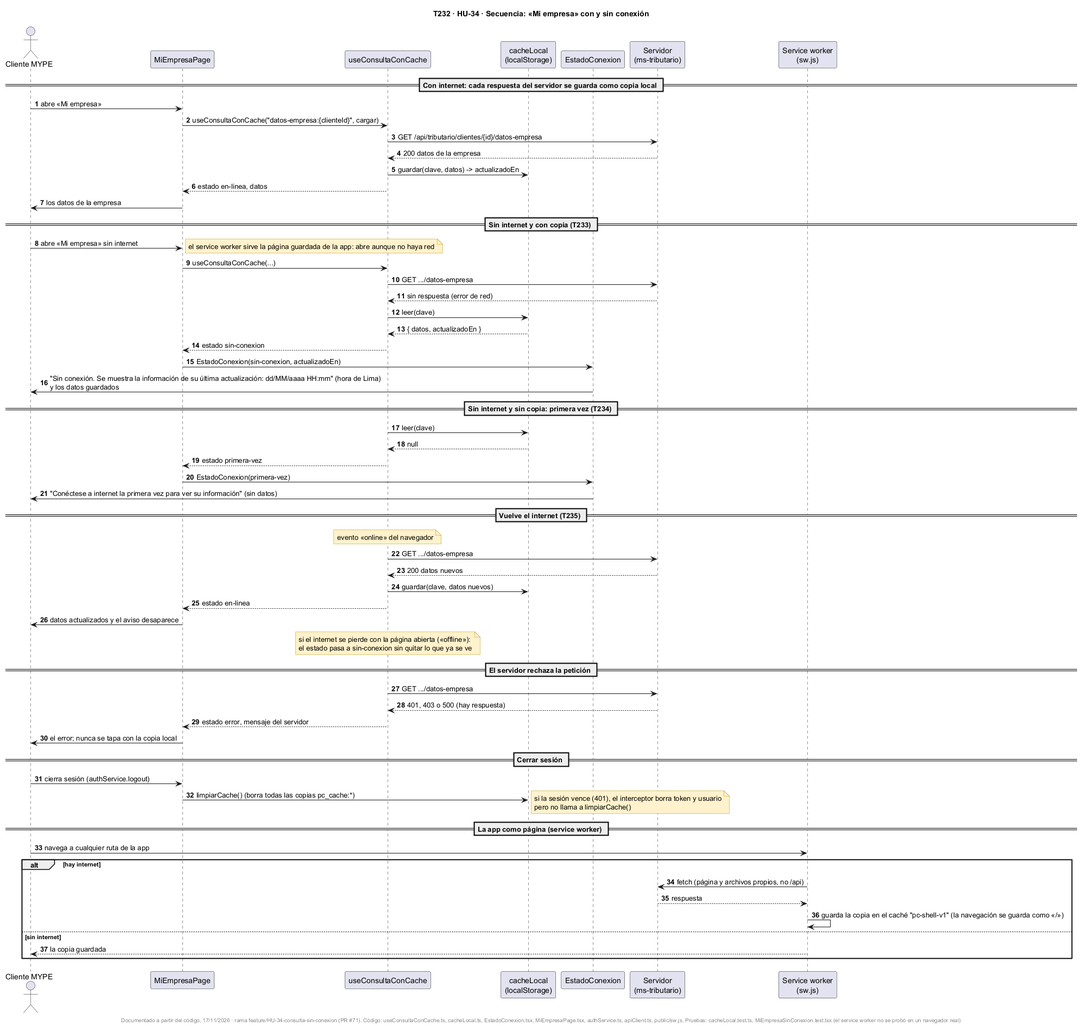
Above: docs/uml/img/T232-HU34-secuencia-sin-conexion.png in fabianrodriguez33/plus-contable (PlantUML), before the change.
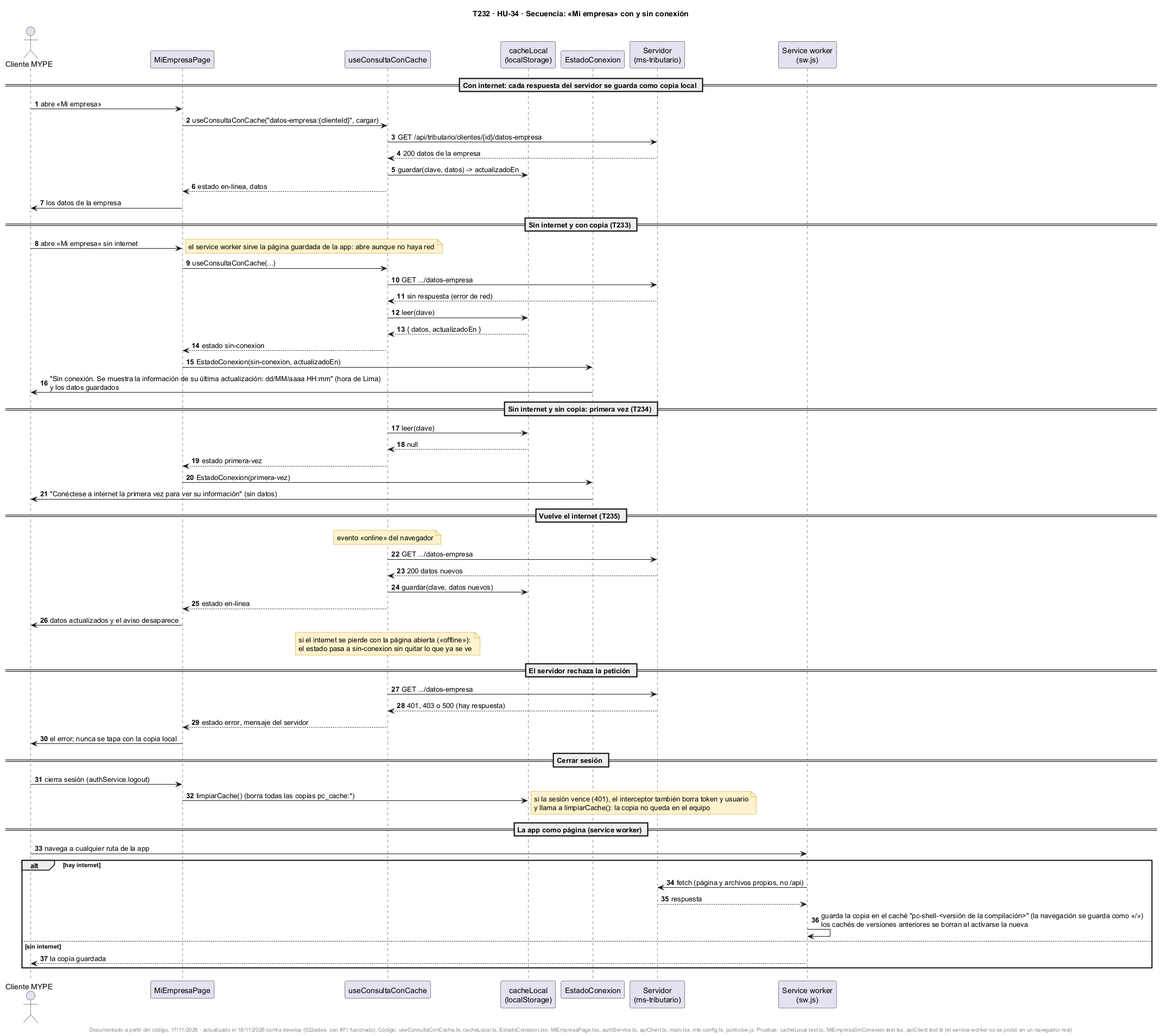
The same diagram one commit later.

Commit message:
Diagramas de HU-33, HU-35 y HU-34 actualizados con develop: pantalla «Avisos de pago», redirección al renderizar, 401 que borra la copia local y caché versionado

The edit, as a diff of the source:
```diff
@@ -59,17 +59,17 @@
 == Cerrar sesión ==
 U -> P : cierra sesión (authService.logout)
 P -> C : limpiarCache() (borra todas las copias pc_cache:*)
-note right : si la sesión vence (401), el interceptor borra token y usuario\npero no llama a limpiarCache()
+note right : si la sesión vence (401), el interceptor también borra token y usuario\ny llama a limpiarCache(): la copia no queda en el equipo
 
 == La app como página (service worker) ==
 U -> SW : navega a cualquier ruta de la app
 alt hay internet
   SW -> S : fetch (página y archivos propios, no /api)
   S --> SW : respuesta
-  SW -> SW : guarda la copia en el caché "pc-shell-v1" (la navegación se guarda como «/»)
+  SW -> SW : guarda la copia en el caché "pc-shell-<versión de la compilación>" (la navegación se guarda como «/»)\nlos cachés de versiones anteriores se borran al activarse la nueva
 else sin internet
   SW --> U : la copia guardada
 end
 
-footer Documentado a partir del código, 17/11/2026 · rama feature/HU-34-consulta-sin-conexion (PR #71). Código: useConsultaConCache.ts, cacheLocal.ts, EstadoConexion.tsx, MiEmpresaPage.tsx, authService.ts, apiClient.ts, public/sw.js. Pruebas: cacheLocal.test.ts, MiEmpresaSinConexion.test.tsx (el service worker no se probó en un navegador real)
+footer Documentado a partir del código, 17/11/2026 · actualizado el 18/11/2026 contra develop (922edee, con #71 fusionado). Código: useConsultaConCache.ts, cacheLocal.ts, EstadoConexion.tsx, MiEmpresaPage.tsx, authService.ts, apiClient.ts, main.tsx, vite.config.ts, public/sw.js. Pruebas: cacheLocal.test.ts, MiEmpresaSinConexion.test.tsx, apiClient.test.ts (el service worker no se probó en un navegador real)
 @enduml
```
